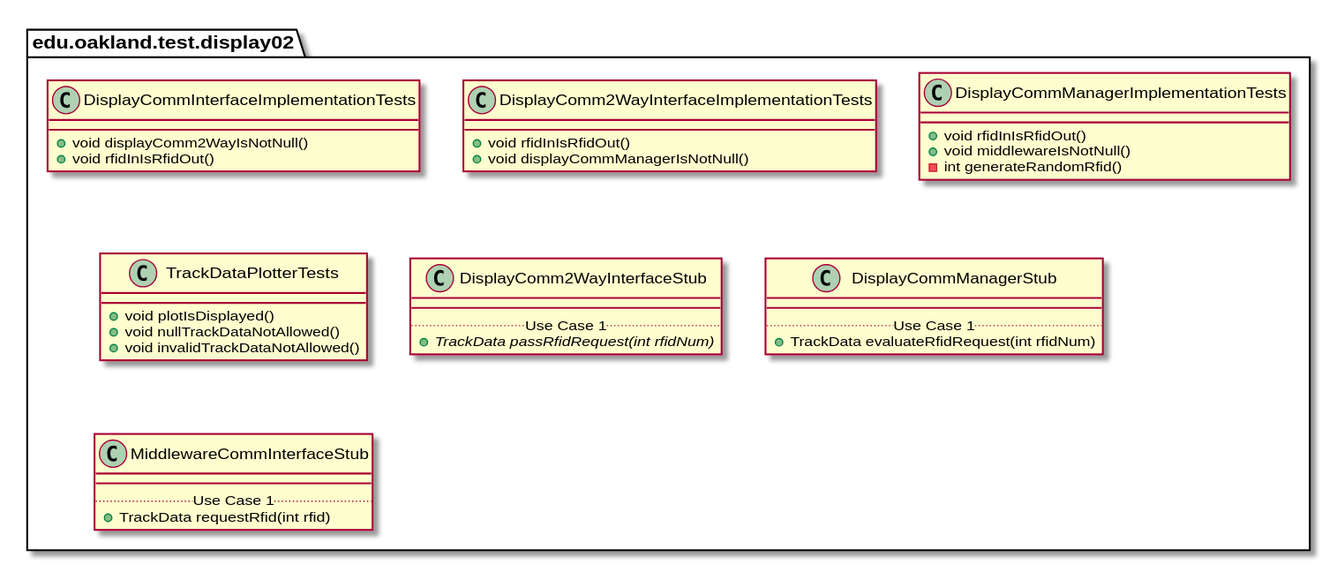
This is docs/uml-class-diagrams/display02/test/Display02TestPackage.svg from andrewdimmer/csi-3370-software-project, a PlantUML export, as it was before one commit. The source it was exported from:
```plantuml
@startuml Display02TestPackage

package edu.oakland.test.display02 {

}


package edu.oakland.test.display02 {
    class DisplayCommInterfaceImplementationTests {
        + void displayComm2WayIsNotNull()
        + void rfidInIsRfidOut()

    }
}


package edu.oakland.test.display02 {
    class DisplayComm2WayInterfaceImplementationTests {
        + void rfidInIsRfidOut()
        + void displayCommManagerIsNotNull()
    }
}


package edu.oakland.test.display02 {
    class DisplayCommManagerImplementationTests {
        + void rfidInIsRfidOut()
        + void middlewareIsNotNull()
        - int generateRandomRfid()
    }
}


package edu.oakland.test.display02 {
    class TrackDataPlotterTests {
        + void plotIsDisplayed()
        + void nullTrackDataNotAllowed()
        + void invalidTrackDataNotAllowed()
    }
}


package edu.oakland.test.display02 {
    class DisplayComm2WayInterfaceStub {
        __
        .. Use Case 1 ..
        {abstract} + TrackData passRfidRequest(int rfidNum)
    }
}


package edu.oakland.test.display02 {
    class DisplayCommManagerStub {
        __
        .. Use Case 1 ..
        + TrackData evaluateRfidRequest(int rfidNum)
    }
}


package edu.oakland.test.display02 {
    class MiddlewareCommInterfaceStub {
        __
        .. Use Case 1 ..
        + TrackData requestRfid(int rfid)
    }
}


@enduml
```
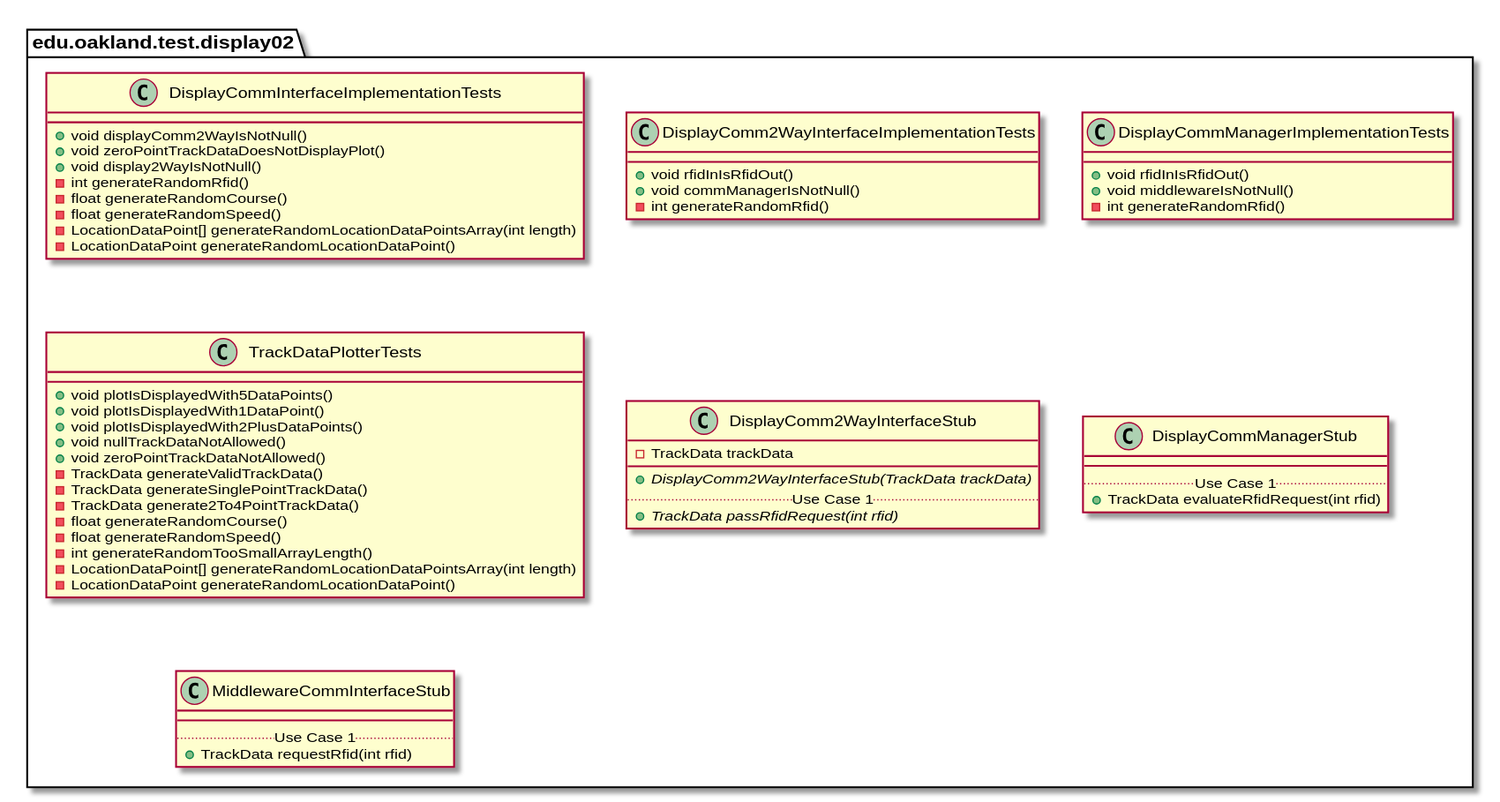
The same diagram one commit later.

Diff of the diagram source:
```diff
@@ -8,8 +8,13 @@
 package edu.oakland.test.display02 {
     class DisplayCommInterfaceImplementationTests {
         + void displayComm2WayIsNotNull()
-        + void rfidInIsRfidOut()
-
+        + void zeroPointTrackDataDoesNotDisplayPlot()
+        + void display2WayIsNotNull()
+        - int generateRandomRfid()
+        - float generateRandomCourse()
+        - float generateRandomSpeed()
+        - LocationDataPoint[] generateRandomLocationDataPointsArray(int length)
+        - LocationDataPoint generateRandomLocationDataPoint()
     }
 }
 
@@ -17,7 +22,8 @@
 package edu.oakland.test.display02 {
     class DisplayComm2WayInterfaceImplementationTests {
         + void rfidInIsRfidOut()
-        + void displayCommManagerIsNotNull()
+        + void commManagerIsNotNull()
+        - int generateRandomRfid()
     }
 }
 
@@ -33,18 +39,31 @@
 
 package edu.oakland.test.display02 {
     class TrackDataPlotterTests {
-        + void plotIsDisplayed()
+        + void plotIsDisplayedWith5DataPoints()
+        + void plotIsDisplayedWith1DataPoint()
+        + void plotIsDisplayedWith2PlusDataPoints()
         + void nullTrackDataNotAllowed()
-        + void invalidTrackDataNotAllowed()
+        + void zeroPointTrackDataNotAllowed()
+        - TrackData generateValidTrackData()
+        - TrackData generateSinglePointTrackData()
+        - TrackData generate2To4PointTrackData()
+        - float generateRandomCourse()
+        - float generateRandomSpeed()
+        - int generateRandomTooSmallArrayLength()
+        - LocationDataPoint[] generateRandomLocationDataPointsArray(int length)
+        - LocationDataPoint generateRandomLocationDataPoint()
+
     }
 }
 
 
 package edu.oakland.test.display02 {
     class DisplayComm2WayInterfaceStub {
+        - TrackData trackData
         __
+        {abstract} + DisplayComm2WayInterfaceStub(TrackData trackData)
         .. Use Case 1 ..
-        {abstract} + TrackData passRfidRequest(int rfidNum)
+        {abstract} + TrackData passRfidRequest(int rfid)
     }
 }
 
@@ -53,7 +72,7 @@
     class DisplayCommManagerStub {
         __
         .. Use Case 1 ..
-        + TrackData evaluateRfidRequest(int rfidNum)
+        + TrackData evaluateRfidRequest(int rfid)
     }
 }
 
```
